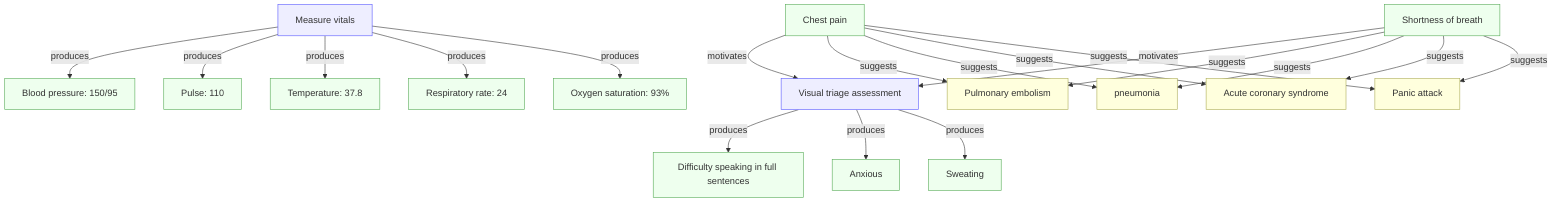
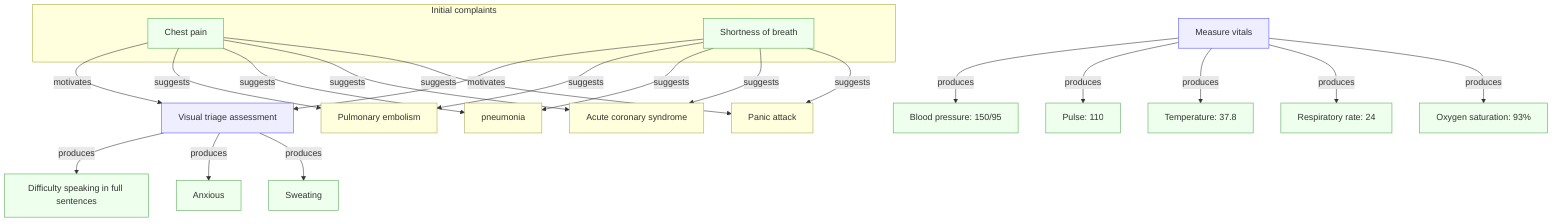
flowchart TD

  %% Initial observations
-   O1["Chest pain"]
-   O2["Shortness of breath"]
+   subgraph initial["Initial complaints"]
+     O1["Chest pain"]
+     O2["Shortness of breath"]
+   end

  %% Actions
  A1["Visual triage assessment"]
  A2["Measure vitals"]

  %% Visual triage observations (produced by A1)
  O6["Difficulty speaking in full sentences"]
  O7["Anxious"]
  O8["Sweating"]

  %% Vital sign observations (produced by A2)
  O3["Blood pressure: 150/95"]
  O4["Pulse: 110"]
  O5["Temperature: 37.8"]
  O9["Respiratory rate: 24"]
  O10["Oxygen saturation: 93%"]

  %% Hypotheses
  H1["Pulmonary embolism"]
  H2["pneumonia"]
  H3["Panic attack"]
  H4["Acute coronary syndrome"]

  %% Initial observations motivate actions
  O1 -->|motivates| A1
  O2 -->|motivates| A1

  %% Actions produce observations
  A1 -->|produces| O6
  A1 -->|produces| O7
  A1 -->|produces| O8

  A2 -->|produces| O3
  A2 -->|produces| O4
  A2 -->|produces| O5
  A2 -->|produces| O9
  A2 -->|produces| O10

  %% Observations suggest hypotheses
  %% chest pain can suggest all of these things.
  O1 -->|suggests| H1
  O1 -->|suggests| H2
  O1 -->|suggests| H4
  O1 -->|suggests| H3

  %% shortness of breath can also suggest all of these things.
  O2 -->|suggests| H1
  O2 -->|suggests| H2
  O2 -->|suggests| H4
  O2 -->|suggests| H3

  %% Observations against hypotheses


  classDef obs fill:#efe,stroke:#5a5
  classDef action fill:#eef,stroke:#55f
  classDef hyp fill:#ffd,stroke:#aa5

  class O1,O2,O3,O4,O5,O6,O7,O8,O9,O10 obs
  class A1,A2 action
  class H1,H2,H3,H4 hyp
